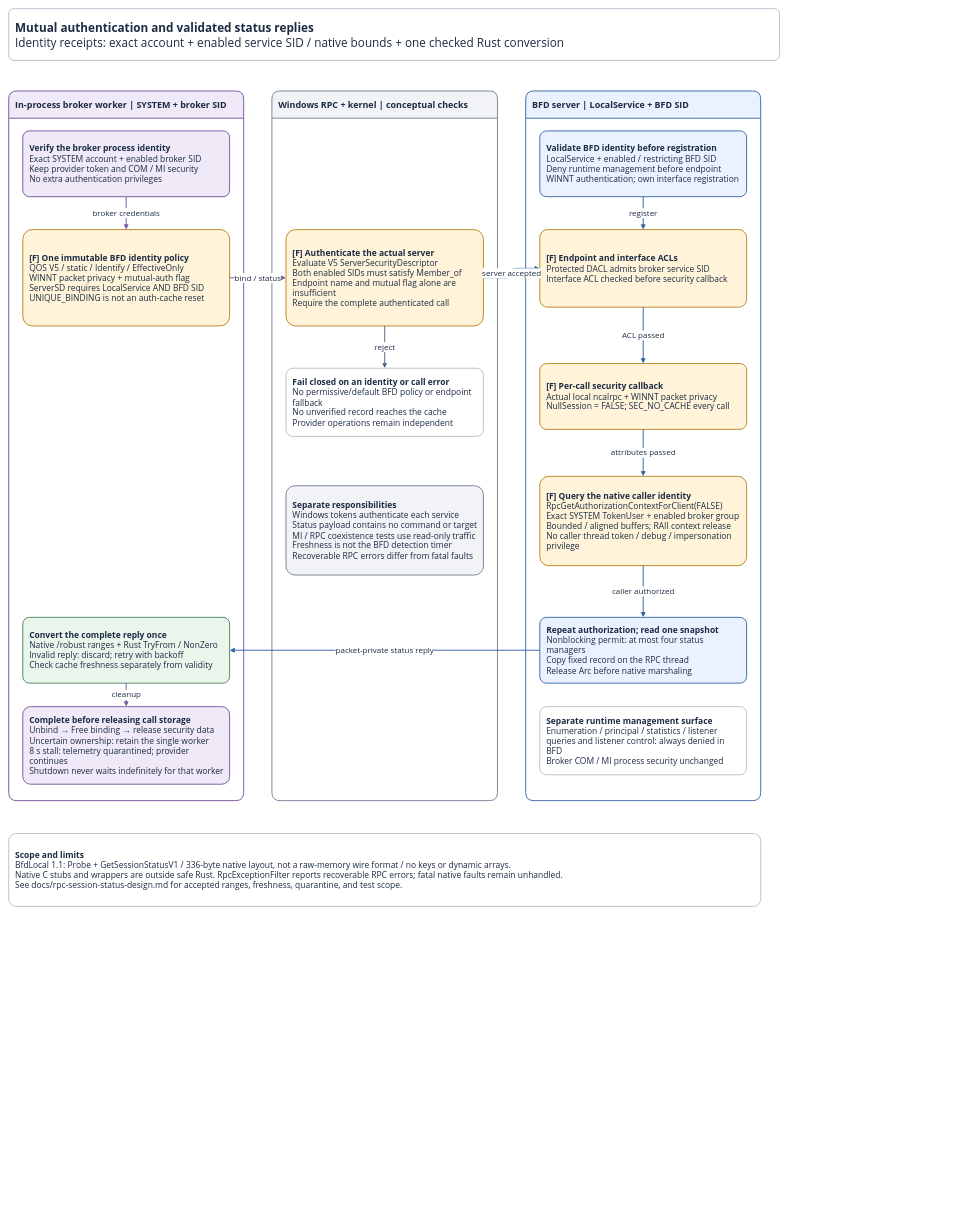
miketheitguy/bfd-winservice keeps this draw.io diagram as page "3 RPC authentication" (3 of 3) of docs/service-communication.drawio. Above is the earlier version. Source tidied: cells renumbered, new cells numbered last; positions are measured from the earlier drawing's top-left corner, leaving out a move shared by most shapes. Both pictures are drawn from the tidied source at 47%, with x=0, y=0 at pixel (8, 8).
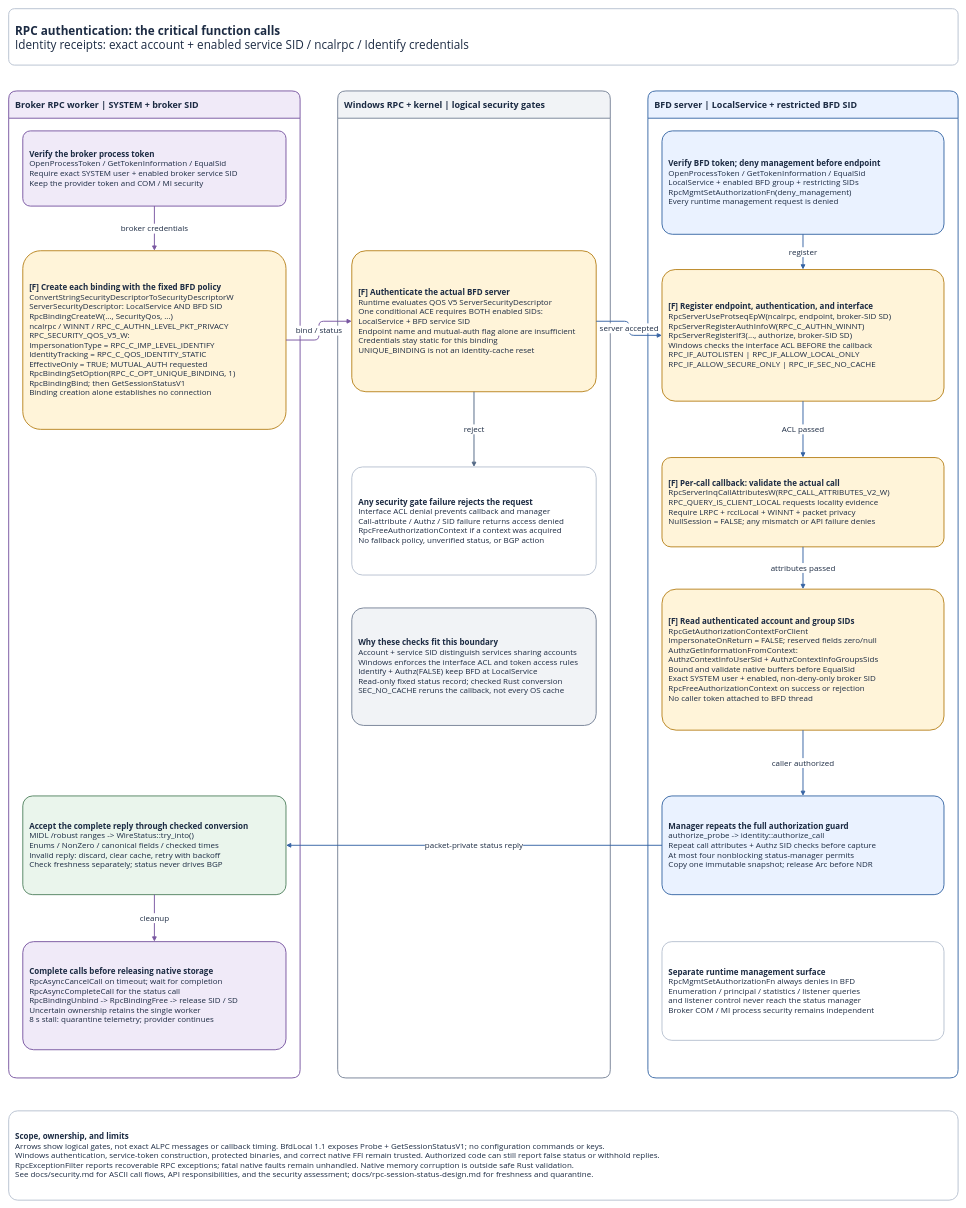
Above is the later version.

Commit message (it also covers changes not shown here):
Document RPC security calls and validation evidence

Diff of the diagram source:
```diff
@@
-    <mxCell id="2" value="&lt;b&gt;Mutual authentication and validated status replies&lt;/b&gt;&lt;br&gt;Identity receipts: exact account + enabled service SID / native bounds + one checked Rust conversion" style="rounded=1;arcSize=10;whiteSpace=wrap;html=1;fillColor=#FFFFFF;strokeColor=#B8C2D0;strokeWidth=2;fontFamily=Segoe UI;fontSize=25;fontColor=#1C2B43;spacing=14;align=left;verticalAlign=middle;" parent="1" vertex="1">
-      <mxGeometry width="1640" height="110" as="geometry" />
+    <mxCell id="2" value="&lt;b&gt;RPC authentication: the critical function calls&lt;/b&gt;&lt;br&gt;Identity receipts: exact account + enabled service SID / ncalrpc / Identify credentials" style="rounded=1;arcSize=10;whiteSpace=wrap;html=1;fillColor=#FFFFFF;strokeColor=#B8C2D0;strokeWidth=2;fontFamily=Segoe UI;fontSize=25;fontColor=#1C2B43;spacing=14;align=left;verticalAlign=middle;" parent="1" vertex="1">
+      <mxGeometry width="2020" height="120" as="geometry" />
     </mxCell>
-    <mxCell id="3" value="&lt;b&gt;In-process broker worker | SYSTEM + broker SID&lt;/b&gt;" style="rounded=1;arcSize=10;whiteSpace=wrap;html=1;fillColor=#F0EAF8;strokeColor=#7957A2;strokeWidth=2;fontFamily=Segoe UI;fontSize=19;fontColor=#1C2B43;spacing=14;align=left;verticalAlign=middle;shape=swimlane;startSize=58;horizontal=1;swimlaneLine=1;" parent="1" vertex="1">
-      <mxGeometry y="175" width="500" height="1510" as="geometry" />
+    <mxCell id="3" value="&lt;b&gt;Broker RPC worker | SYSTEM + broker SID&lt;/b&gt;" style="rounded=1;arcSize=10;whiteSpace=wrap;html=1;fillColor=#F0EAF8;strokeColor=#7957A2;strokeWidth=2;fontFamily=Segoe UI;fontSize=19;fontColor=#1C2B43;spacing=14;align=left;verticalAlign=middle;shape=swimlane;startSize=58;horizontal=1;swimlaneLine=1;" parent="1" vertex="1">
+      <mxGeometry y="175" width="620" height="2100" as="geometry" />
     </mxCell>
-    <mxCell id="4" value="&lt;b&gt;Windows RPC + kernel | conceptual checks&lt;/b&gt;" style="rounded=1;arcSize=10;whiteSpace=wrap;html=1;fillColor=#F1F3F6;strokeColor=#778397;strokeWidth=2;fontFamily=Segoe UI;fontSize=19;fontColor=#1C2B43;spacing=14;align=left;verticalAlign=middle;shape=swimlane;startSize=58;horizontal=1;swimlaneLine=1;" parent="1" vertex="1">
-      <mxGeometry x="560" y="175" width="480" height="1510" as="geometry" />
+    <mxCell id="4" value="&lt;b&gt;Windows RPC + kernel | logical security gates&lt;/b&gt;" style="rounded=1;arcSize=10;whiteSpace=wrap;html=1;fillColor=#F1F3F6;strokeColor=#778397;strokeWidth=2;fontFamily=Segoe UI;fontSize=19;fontColor=#1C2B43;spacing=14;align=left;verticalAlign=middle;shape=swimlane;startSize=58;horizontal=1;swimlaneLine=1;" parent="1" vertex="1">
+      <mxGeometry x="700" y="175" width="580" height="2100" as="geometry" />
     </mxCell>
-    <mxCell id="5" value="&lt;b&gt;BFD server | LocalService + BFD SID&lt;/b&gt;" style="rounded=1;arcSize=10;whiteSpace=wrap;html=1;fillColor=#EAF2FF;strokeColor=#3A69A6;strokeWidth=2;fontFamily=Segoe UI;fontSize=19;fontColor=#1C2B43;spacing=14;align=left;verticalAlign=middle;shape=swimlane;startSize=58;horizontal=1;swimlaneLine=1;" parent="1" vertex="1">
-      <mxGeometry x="1100" y="175" width="500" height="1510" as="geometry" />
+    <mxCell id="5" value="&lt;b&gt;BFD server | LocalService + restricted BFD SID&lt;/b&gt;" style="rounded=1;arcSize=10;whiteSpace=wrap;html=1;fillColor=#EAF2FF;strokeColor=#3A69A6;strokeWidth=2;fontFamily=Segoe UI;fontSize=19;fontColor=#1C2B43;spacing=14;align=left;verticalAlign=middle;shape=swimlane;startSize=58;horizontal=1;swimlaneLine=1;" parent="1" vertex="1">
+      <mxGeometry x="1360" y="175" width="660" height="2100" as="geometry" />
     </mxCell>
-    <mxCell id="6" value="&lt;b&gt;Verify the broker process identity&lt;/b&gt;&lt;br&gt;Exact SYSTEM account + enabled broker SID&lt;br&gt;Keep provider token and COM / MI security&lt;br&gt;No extra authentication privileges" style="rounded=1;arcSize=10;whiteSpace=wrap;html=1;fillColor=#F0EAF8;strokeColor=#7957A2;strokeWidth=2;fontFamily=Segoe UI;fontSize=18;fontColor=#1C2B43;spacing=14;align=left;verticalAlign=middle;" parent="3" vertex="1">
-      <mxGeometry x="30" y="85" width="440" height="140" as="geometry" />
+    <mxCell id="6" value="&lt;b&gt;Verify the broker process token&lt;/b&gt;&lt;br&gt;OpenProcessToken / GetTokenInformation / EqualSid&lt;br&gt;Require exact SYSTEM user + enabled broker service SID&lt;br&gt;Keep the provider token and COM / MI security" style="rounded=1;arcSize=10;whiteSpace=wrap;html=1;fillColor=#F0EAF8;strokeColor=#7957A2;strokeWidth=2;fontFamily=Segoe UI;fontSize=17;fontColor=#1C2B43;spacing=14;align=left;verticalAlign=middle;" parent="3" vertex="1">
+      <mxGeometry x="30" y="85" width="560" height="160" as="geometry" />
     </mxCell>
-    <mxCell id="7" value="&lt;b&gt;Validate BFD identity before registration&lt;/b&gt;&lt;br&gt;LocalService + enabled / restricting BFD SID&lt;br&gt;Deny runtime management before endpoint&lt;br&gt;WINNT authentication; own interface registration" style="rounded=1;arcSize=10;whiteSpace=wrap;html=1;fillColor=#EAF2FF;strokeColor=#3A69A6;strokeWidth=2;fontFamily=Segoe UI;fontSize=18;fontColor=#1C2B43;spacing=14;align=left;verticalAlign=middle;" parent="5" vertex="1">
-      <mxGeometry x="30" y="85" width="440" height="140" as="geometry" />
+    <mxCell id="7" value="&lt;b&gt;Verify BFD token; deny management before endpoint&lt;/b&gt;&lt;br&gt;OpenProcessToken / GetTokenInformation / EqualSid&lt;br&gt;LocalService + enabled BFD group + restricting SIDs&lt;br&gt;RpcMgmtSetAuthorizationFn(deny_management)&lt;br&gt;Every runtime management request is denied" style="rounded=1;arcSize=10;whiteSpace=wrap;html=1;fillColor=#EAF2FF;strokeColor=#3A69A6;strokeWidth=2;fontFamily=Segoe UI;fontSize=17;fontColor=#1C2B43;spacing=14;align=left;verticalAlign=middle;" parent="5" vertex="1">
+      <mxGeometry x="30" y="85" width="600" height="220" as="geometry" />
     </mxCell>
-    <mxCell id="8" value="&lt;b&gt;[F] One immutable BFD identity policy&lt;/b&gt;&lt;br&gt;QOS V5 / static / Identify / EffectiveOnly&lt;br&gt;WINNT packet privacy + mutual-auth flag&lt;br&gt;ServerSD requires LocalService AND BFD SID&lt;br&gt;UNIQUE_BINDING is not an auth-cache reset" style="rounded=1;arcSize=10;whiteSpace=wrap;html=1;fillColor=#FFF4D9;strokeColor=#B98521;strokeWidth=2;fontFamily=Segoe UI;fontSize=18;fontColor=#1C2B43;spacing=14;align=left;verticalAlign=middle;" parent="3" vertex="1">
-      <mxGeometry x="30" y="295" width="440" height="205" as="geometry" />
+    <mxCell id="8" value="&lt;b&gt;[F] Create each binding with the fixed BFD policy&lt;/b&gt;&lt;br&gt;ConvertStringSecurityDescriptorToSecurityDescriptorW&lt;br&gt;ServerSecurityDescriptor: LocalService AND BFD SID&lt;br&gt;RpcBindingCreateW(..., SecurityQos, ...)&lt;br&gt;ncalrpc / WINNT / RPC_C_AUTHN_LEVEL_PKT_PRIVACY&lt;br&gt;RPC_SECURITY_QOS_V5_W:&lt;br&gt;ImpersonationType = RPC_C_IMP_LEVEL_IDENTIFY&lt;br&gt;IdentityTracking = RPC_C_QOS_IDENTITY_STATIC&lt;br&gt;EffectiveOnly = TRUE; MUTUAL_AUTH requested&lt;br&gt;RpcBindingSetOption(RPC_C_OPT_UNIQUE_BINDING, 1)&lt;br&gt;RpcBindingBind; then GetSessionStatusV1&lt;br&gt;Binding creation alone establishes no connection" style="rounded=1;arcSize=10;whiteSpace=wrap;html=1;fillColor=#FFF4D9;strokeColor=#B98521;strokeWidth=2;fontFamily=Segoe UI;fontSize=17;fontColor=#1C2B43;spacing=14;align=left;verticalAlign=middle;" parent="3" vertex="1">
+      <mxGeometry x="30" y="340" width="560" height="380" as="geometry" />
     </mxCell>
-    <mxCell id="9" value="&lt;b&gt;[F] Authenticate the actual server&lt;/b&gt;&lt;br&gt;Evaluate V5 ServerSecurityDescriptor&lt;br&gt;Both enabled SIDs must satisfy Member_of&lt;br&gt;Endpoint name and mutual flag alone are insufficient&lt;br&gt;Require the complete authenticated call" style="rounded=1;arcSize=10;whiteSpace=wrap;html=1;fillColor=#FFF4D9;strokeColor=#B98521;strokeWidth=2;fontFamily=Segoe UI;fontSize=18;fontColor=#1C2B43;spacing=14;align=left;verticalAlign=middle;" parent="4" vertex="1">
-      <mxGeometry x="30" y="295" width="420" height="205" as="geometry" />
+    <mxCell id="9" value="&lt;b&gt;[F] Authenticate the actual BFD server&lt;/b&gt;&lt;br&gt;Runtime evaluates QOS V5 ServerSecurityDescriptor&lt;br&gt;One conditional ACE requires BOTH enabled SIDs:&lt;br&gt;LocalService + BFD service SID&lt;br&gt;Endpoint name and mutual-auth flag alone are insufficient&lt;br&gt;Credentials stay static for this binding&lt;br&gt;UNIQUE_BINDING is not an identity-cache reset" style="rounded=1;arcSize=10;whiteSpace=wrap;html=1;fillColor=#FFF4D9;strokeColor=#B98521;strokeWidth=2;fontFamily=Segoe UI;fontSize=17;fontColor=#1C2B43;spacing=14;align=left;verticalAlign=middle;" parent="4" vertex="1">
+      <mxGeometry x="30" y="340" width="520" height="300" as="geometry" />
     </mxCell>
-    <mxCell id="10" value="&lt;b&gt;[F] Endpoint and interface ACLs&lt;/b&gt;&lt;br&gt;Protected DACL admits broker service SID&lt;br&gt;Interface ACL checked before security callback" style="rounded=1;arcSize=10;whiteSpace=wrap;html=1;fillColor=#FFF4D9;strokeColor=#B98521;strokeWidth=2;fontFamily=Segoe UI;fontSize=18;fontColor=#1C2B43;spacing=14;align=left;verticalAlign=middle;" parent="5" vertex="1">
-      <mxGeometry x="30" y="295" width="440" height="165" as="geometry" />
+    <mxCell id="10" value="&lt;b&gt;[F] Register endpoint, authentication, and interface&lt;/b&gt;&lt;br&gt;RpcServerUseProtseqEpW(ncalrpc, endpoint, broker-SID SD)&lt;br&gt;RpcServerRegisterAuthInfoW(RPC_C_AUTHN_WINNT)&lt;br&gt;RpcServerRegisterIf3(..., authorize, broker-SID SD)&lt;br&gt;Windows checks the interface ACL BEFORE the callback&lt;br&gt;RPC_IF_AUTOLISTEN | RPC_IF_ALLOW_LOCAL_ONLY&lt;br&gt;RPC_IF_ALLOW_SECURE_ONLY | RPC_IF_SEC_NO_CACHE" style="rounded=1;arcSize=10;whiteSpace=wrap;html=1;fillColor=#FFF4D9;strokeColor=#B98521;strokeWidth=2;fontFamily=Segoe UI;fontSize=17;fontColor=#1C2B43;spacing=14;align=left;verticalAlign=middle;" parent="5" vertex="1">
+      <mxGeometry x="30" y="380" width="600" height="280" as="geometry" />
     </mxCell>
-    <mxCell id="11" value="&lt;b&gt;[F] Per-call security callback&lt;/b&gt;&lt;br&gt;Actual local ncalrpc + WINNT packet privacy&lt;br&gt;NullSession = FALSE; SEC_NO_CACHE every call" style="rounded=1;arcSize=10;whiteSpace=wrap;html=1;fillColor=#FFF4D9;strokeColor=#B98521;strokeWidth=2;fontFamily=Segoe UI;fontSize=18;fontColor=#1C2B43;spacing=14;align=left;verticalAlign=middle;" parent="5" vertex="1">
-      <mxGeometry x="30" y="580" width="440" height="140" as="geometry" />
+    <mxCell id="11" value="&lt;b&gt;[F] Per-call callback: validate the actual call&lt;/b&gt;&lt;br&gt;RpcServerInqCallAttributesW(RPC_CALL_ATTRIBUTES_V2_W)&lt;br&gt;RPC_QUERY_IS_CLIENT_LOCAL requests locality evidence&lt;br&gt;Require LRPC + rcclLocal + WINNT + packet privacy&lt;br&gt;NullSession = FALSE; any mismatch or API failure denies" style="rounded=1;arcSize=10;whiteSpace=wrap;html=1;fillColor=#FFF4D9;strokeColor=#B98521;strokeWidth=2;fontFamily=Segoe UI;fontSize=17;fontColor=#1C2B43;spacing=14;align=left;verticalAlign=middle;" parent="5" vertex="1">
+      <mxGeometry x="30" y="780" width="600" height="190" as="geometry" />
     </mxCell>
-    <mxCell id="12" value="&lt;b&gt;[F] Query the native caller identity&lt;/b&gt;&lt;br&gt;RpcGetAuthorizationContextForClient(FALSE)&lt;br&gt;Exact SYSTEM TokenUser + enabled broker group&lt;br&gt;Bounded / aligned buffers; RAII context release&lt;br&gt;No caller thread token / debug / impersonation privilege" style="rounded=1;arcSize=10;whiteSpace=wrap;html=1;fillColor=#FFF4D9;strokeColor=#B98521;strokeWidth=2;fontFamily=Segoe UI;fontSize=18;fontColor=#1C2B43;spacing=14;align=left;verticalAlign=middle;" parent="5" vertex="1">
-      <mxGeometry x="30" y="820" width="440" height="190" as="geometry" />
+    <mxCell id="12" value="&lt;b&gt;[F] Read authenticated account and group SIDs&lt;/b&gt;&lt;br&gt;RpcGetAuthorizationContextForClient&lt;br&gt;ImpersonateOnReturn = FALSE; reserved fields zero/null&lt;br&gt;AuthzGetInformationFromContext:&lt;br&gt;AuthzContextInfoUserSid + AuthzContextInfoGroupsSids&lt;br&gt;Bound and validate native buffers before EqualSid&lt;br&gt;Exact SYSTEM user + enabled, non-deny-only broker SID&lt;br&gt;RpcFreeAuthorizationContext on success or rejection&lt;br&gt;No caller token attached to BFD thread" style="rounded=1;arcSize=10;whiteSpace=wrap;html=1;fillColor=#FFF4D9;strokeColor=#B98521;strokeWidth=2;fontFamily=Segoe UI;fontSize=17;fontColor=#1C2B43;spacing=14;align=left;verticalAlign=middle;" parent="5" vertex="1">
+      <mxGeometry x="30" y="1060" width="600" height="300" as="geometry" />
     </mxCell>
-    <mxCell id="13" value="&lt;b&gt;Repeat authorization; read one snapshot&lt;/b&gt;&lt;br&gt;Nonblocking permit: at most four status managers&lt;br&gt;Copy fixed record on the RPC thread&lt;br&gt;Release Arc before native marshaling" style="rounded=1;arcSize=10;whiteSpace=wrap;html=1;fillColor=#EAF2FF;strokeColor=#3A69A6;strokeWidth=2;fontFamily=Segoe UI;fontSize=18;fontColor=#1C2B43;spacing=14;align=left;verticalAlign=middle;" parent="5" vertex="1">
-      <mxGeometry x="30" y="1120" width="440" height="140" as="geometry" />
+    <mxCell id="13" value="&lt;b&gt;Manager repeats the full authorization guard&lt;/b&gt;&lt;br&gt;authorize_probe -&gt; identity::authorize_call&lt;br&gt;Repeat call attributes + Authz SID checks before capture&lt;br&gt;At most four nonblocking status-manager permits&lt;br&gt;Copy one immutable snapshot; release Arc before NDR" style="rounded=1;arcSize=10;whiteSpace=wrap;html=1;fillColor=#EAF2FF;strokeColor=#3A69A6;strokeWidth=2;fontFamily=Segoe UI;fontSize=17;fontColor=#1C2B43;spacing=14;align=left;verticalAlign=middle;" parent="5" vertex="1">
+      <mxGeometry x="30" y="1500" width="600" height="210" as="geometry" />
     </mxCell>
-    <mxCell id="14" value="&lt;b&gt;Convert the complete reply once&lt;/b&gt;&lt;br&gt;Native /robust ranges + Rust TryFrom / NonZero&lt;br&gt;Invalid reply: discard; retry with backoff&lt;br&gt;Check cache freshness separately from validity" style="rounded=1;arcSize=10;whiteSpace=wrap;html=1;fillColor=#EAF5EC;strokeColor=#558563;strokeWidth=2;fontFamily=Segoe UI;fontSize=18;fontColor=#1C2B43;spacing=14;align=left;verticalAlign=middle;" parent="3" vertex="1">
-      <mxGeometry x="30" y="1120" width="440" height="140" as="geometry" />
+    <mxCell id="14" value="&lt;b&gt;Accept the complete reply through checked conversion&lt;/b&gt;&lt;br&gt;MIDL /robust ranges -&gt; WireStatus::try_into()&lt;br&gt;Enums / NonZero / canonical fields / checked times&lt;br&gt;Invalid reply: discard, clear cache, retry with backoff&lt;br&gt;Check freshness separately; status never drives BGP" style="rounded=1;arcSize=10;whiteSpace=wrap;html=1;fillColor=#EAF5EC;strokeColor=#558563;strokeWidth=2;fontFamily=Segoe UI;fontSize=17;fontColor=#1C2B43;spacing=14;align=left;verticalAlign=middle;" parent="3" vertex="1">
+      <mxGeometry x="30" y="1500" width="560" height="210" as="geometry" />
     </mxCell>
-    <mxCell id="15" value="&lt;b&gt;Complete before releasing call storage&lt;/b&gt;&lt;br&gt;Unbind → Free binding → release security data&lt;br&gt;Uncertain ownership: retain the single worker&lt;br&gt;8 s stall: telemetry quarantined; provider continues&lt;br&gt;Shutdown never waits indefinitely for that worker" style="rounded=1;arcSize=10;whiteSpace=wrap;html=1;fillColor=#F0EAF8;strokeColor=#7957A2;strokeWidth=2;fontFamily=Segoe UI;fontSize=18;fontColor=#1C2B43;spacing=14;align=left;verticalAlign=middle;" parent="3" vertex="1">
-      <mxGeometry x="30" y="1310" width="440" height="165" as="geometry" />
+    <mxCell id="15" value="&lt;b&gt;Complete calls before releasing native storage&lt;/b&gt;&lt;br&gt;RpcAsyncCancelCall on timeout; wait for completion&lt;br&gt;RpcAsyncCompleteCall for the status call&lt;br&gt;RpcBindingUnbind -&gt; RpcBindingFree -&gt; release SID / SD&lt;br&gt;Uncertain ownership retains the single worker&lt;br&gt;8 s stall: quarantine telemetry; provider continues" style="rounded=1;arcSize=10;whiteSpace=wrap;html=1;fillColor=#F0EAF8;strokeColor=#7957A2;strokeWidth=2;fontFamily=Segoe UI;fontSize=17;fontColor=#1C2B43;spacing=14;align=left;verticalAlign=middle;" parent="3" vertex="1">
+      <mxGeometry x="30" y="1810" width="560" height="230" as="geometry" />
     </mxCell>
-    <mxCell id="16" value="&lt;b&gt;Fail closed on an identity or call error&lt;/b&gt;&lt;br&gt;No permissive/default BFD policy or endpoint fallback&lt;br&gt;No unverified record reaches the cache&lt;br&gt;Provider operations remain independent" style="rounded=1;arcSize=10;whiteSpace=wrap;html=1;fillColor=#FFFFFF;strokeColor=#B8C2D0;strokeWidth=2;fontFamily=Segoe UI;fontSize=18;fontColor=#1C2B43;spacing=14;align=left;verticalAlign=middle;" parent="4" vertex="1">
-      <mxGeometry x="30" y="590" width="420" height="145" as="geometry" />
+    <mxCell id="16" value="&lt;b&gt;Any security gate failure rejects the request&lt;/b&gt;&lt;br&gt;Interface ACL denial prevents callback and manager&lt;br&gt;Call-attribute / Authz / SID failure returns access denied&lt;br&gt;RpcFreeAuthorizationContext if a context was acquired&lt;br&gt;No fallback policy, unverified status, or BGP action" style="rounded=1;arcSize=10;whiteSpace=wrap;html=1;fillColor=#FFFFFF;strokeColor=#B8C2D0;strokeWidth=2;fontFamily=Segoe UI;fontSize=17;fontColor=#1C2B43;spacing=14;align=left;verticalAlign=middle;" parent="4" vertex="1">
+      <mxGeometry x="30" y="800" width="520" height="230" as="geometry" />
     </mxCell>
-    <mxCell id="17" value="&lt;b&gt;Separate responsibilities&lt;/b&gt;&lt;br&gt;Windows tokens authenticate each service&lt;br&gt;Status payload contains no command or target&lt;br&gt;MI / RPC coexistence tests use read-only traffic&lt;br&gt;Freshness is not the BFD detection timer&lt;br&gt;Recoverable RPC errors differ from fatal faults" style="rounded=1;arcSize=10;whiteSpace=wrap;html=1;fillColor=#F1F3F6;strokeColor=#778397;strokeWidth=2;fontFamily=Segoe UI;fontSize=18;fontColor=#1C2B43;spacing=14;align=left;verticalAlign=middle;" parent="4" vertex="1">
-      <mxGeometry x="30" y="840" width="420" height="190" as="geometry" />
+    <mxCell id="17" value="&lt;b&gt;Why these checks fit this boundary&lt;/b&gt;&lt;br&gt;Account + service SID distinguish services sharing accounts&lt;br&gt;Windows enforces the interface ACL and token access rules&lt;br&gt;Identify + Authz(FALSE) keep BFD at LocalService&lt;br&gt;Read-only fixed status record; checked Rust conversion&lt;br&gt;SEC_NO_CACHE reruns the callback, not every OS cache" style="rounded=1;arcSize=10;whiteSpace=wrap;html=1;fillColor=#F1F3F6;strokeColor=#778397;strokeWidth=2;fontFamily=Segoe UI;fontSize=17;fontColor=#1C2B43;spacing=14;align=left;verticalAlign=middle;" parent="4" vertex="1">
+      <mxGeometry x="30" y="1100" width="520" height="250" as="geometry" />
     </mxCell>
-    <mxCell id="18" value="&lt;b&gt;Separate runtime management surface&lt;/b&gt;&lt;br&gt;Enumeration / principal / statistics / listener&lt;br&gt;queries and listener control: always denied in BFD&lt;br&gt;Broker COM / MI process security unchanged" style="rounded=1;arcSize=10;whiteSpace=wrap;html=1;fillColor=#FFFFFF;strokeColor=#B8C2D0;strokeWidth=2;fontFamily=Segoe UI;fontSize=18;fontColor=#1C2B43;spacing=14;align=left;verticalAlign=middle;" parent="5" vertex="1">
-      <mxGeometry x="30" y="1310" width="440" height="145" as="geometry" />
+    <mxCell id="18" value="&lt;b&gt;Separate runtime management surface&lt;/b&gt;&lt;br&gt;RpcMgmtSetAuthorizationFn always denies in BFD&lt;br&gt;Enumeration / principal / statistics / listener queries&lt;br&gt;and listener control never reach the status manager&lt;br&gt;Broker COM / MI process security remains independent" style="rounded=1;arcSize=10;whiteSpace=wrap;html=1;fillColor=#FFFFFF;strokeColor=#B8C2D0;strokeWidth=2;fontFamily=Segoe UI;fontSize=17;fontColor=#1C2B43;spacing=14;align=left;verticalAlign=middle;" parent="5" vertex="1">
+      <mxGeometry x="30" y="1810" width="600" height="210" as="geometry" />
     </mxCell>
@@
-    <mxCell id="29" value="&lt;b&gt;Scope and limits&lt;/b&gt;&lt;br&gt;BfdLocal 1.1: Probe + GetSessionStatusV1 / 336-byte native layout, not a raw-memory wire format / no keys or dynamic arrays.&lt;br&gt;Native C stubs and wrappers are outside safe Rust. RpcExceptionFilter reports recoverable RPC errors; fatal native faults remain unhandled.&lt;br&gt;See docs/rpc-session-status-design.md for accepted ranges, freshness, quarantine, and test scope." style="rounded=1;arcSize=10;whiteSpace=wrap;html=1;fillColor=#FFFFFF;strokeColor=#B8C2D0;strokeWidth=2;fontFamily=Segoe UI;fontSize=18;fontColor=#1C2B43;spacing=14;align=left;verticalAlign=middle;" parent="1" vertex="1">
-      <mxGeometry y="1755" width="1600" height="155" as="geometry" />
+    <mxCell id="29" value="&lt;b&gt;Scope, ownership, and limits&lt;/b&gt;&lt;br&gt;Arrows show logical gates, not exact ALPC messages or callback timing. BfdLocal 1.1 exposes Probe + GetSessionStatusV1; no configuration commands or keys.&lt;br&gt;Windows authentication, service-token construction, protected binaries, and correct native FFI remain trusted. Authorized code can still report false status or withhold replies.&lt;br&gt;RpcExceptionFilter reports recoverable RPC exceptions; fatal native faults remain unhandled. Native memory corruption is outside safe Rust validation.&lt;br&gt;See docs/security.md for ASCII call flows, API responsibilities, and the security assessment; docs/rpc-session-status-design.md for freshness and quarantine." style="rounded=1;arcSize=10;whiteSpace=wrap;html=1;fillColor=#FFFFFF;strokeColor=#B8C2D0;strokeWidth=2;fontFamily=Segoe UI;fontSize=17;fontColor=#1C2B43;spacing=14;align=left;verticalAlign=middle;" parent="1" vertex="1">
+      <mxGeometry y="2345" width="2020" height="190" as="geometry" />
     </mxCell>
```
